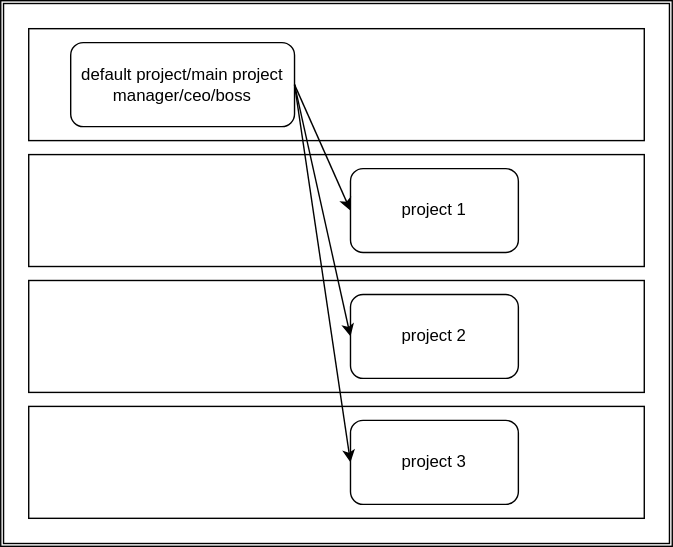
This is .drafts/release.drawio.svg from teratron/cronus, a draw.io export, as it was before one commit. Source tidied: cells renumbered, new cells last; positions are measured from the earlier drawing's top-left corner, leaving out a move shared by most shapes.
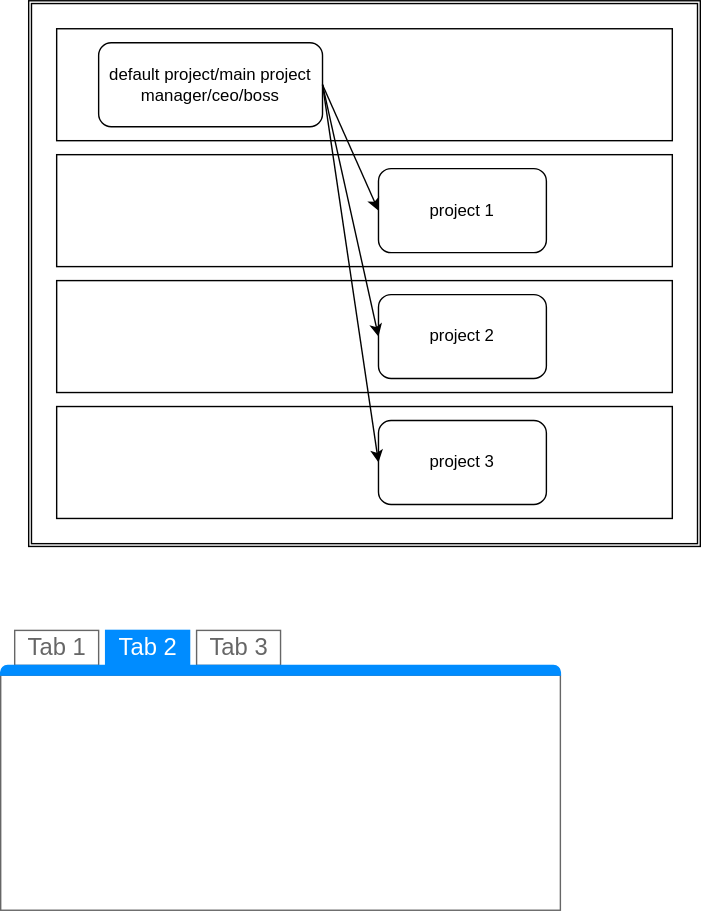
After the change.

The edit, as a diff of the source:
```diff
@@ -40,5 +40,29 @@
     <mxCell id="15" style="endArrow=classic;html=1;exitX=1;exitY=0.5;exitDx=0;exitDy=0;entryX=0;entryY=0.5;entryDx=0;entryDy=0;" parent="8" edge="1" source="9" target="12">
       <mxGeometry relative="1" as="geometry" />
     </mxCell>
+    <mxCell id="16" value="Untitled Layer" parent="0" />
+    <mxCell id="17" style="strokeWidth=1;shadow=0;dashed=0;align=center;html=1;shape=mxgraph.mockup.containers.marginRect2;rectMarginTop=32;strokeColor=#666666;gradientColor=none;" parent="16" vertex="1">
+      <mxGeometry x="-20" y="450" width="400" height="200" as="geometry" />
+    </mxCell>
+    <mxCell id="18" value="Tab 1" style="strokeColor=inherit;fillColor=inherit;gradientColor=inherit;strokeWidth=1;shadow=0;dashed=0;align=center;html=1;shape=mxgraph.mockup.containers.rrect;rSize=0;fontSize=17;fontColor=#666666;gradientColor=none;" parent="17" vertex="1">
+      <mxGeometry width="60" height="25" relative="1" as="geometry">
+        <mxPoint x="10" as="offset" />
+      </mxGeometry>
+    </mxCell>
+    <mxCell id="19" value="Tab 2" style="strokeWidth=1;shadow=0;dashed=0;align=center;html=1;shape=mxgraph.mockup.containers.rrect;rSize=0;fontSize=17;fontColor=#ffffff;strokeColor=#008cff;fillColor=#008cff;" parent="17" vertex="1">
+      <mxGeometry width="60" height="25" relative="1" as="geometry">
+        <mxPoint x="75" as="offset" />
+      </mxGeometry>
+    </mxCell>
+    <mxCell id="20" value="Tab 3" style="strokeColor=inherit;fillColor=inherit;gradientColor=inherit;strokeWidth=1;shadow=0;dashed=0;align=center;html=1;shape=mxgraph.mockup.containers.rrect;rSize=0;fontSize=17;fontColor=#666666;gradientColor=none;" parent="17" vertex="1">
+      <mxGeometry width="60" height="25" relative="1" as="geometry">
+        <mxPoint x="140" as="offset" />
+      </mxGeometry>
+    </mxCell>
+    <mxCell id="21" style="strokeWidth=1;shadow=0;dashed=0;align=center;html=1;shape=mxgraph.mockup.containers.topButton;rSize=5;strokeColor=#008cff;fillColor=#008cff;gradientColor=none;" parent="17" vertex="1">
+      <mxGeometry width="400" height="7" relative="1" as="geometry">
+        <mxPoint y="25" as="offset" />
+      </mxGeometry>
+    </mxCell>
   </root>
 </mxGraphModel>
```
